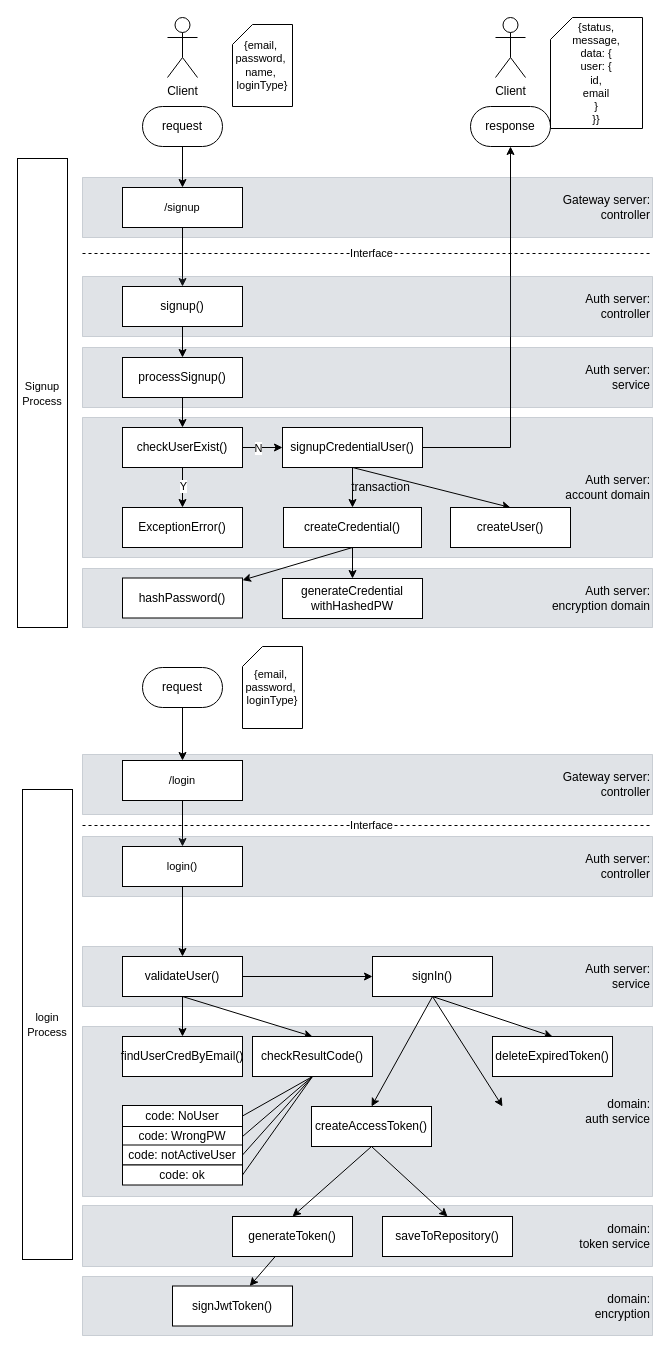
Earlier version of the draw.io diagram page "signup" (4 of 5) of documents/diagram/diagram.drawio (thursdaycurry/nestjs-msa-eventEngine). Source tidied: cells renumbered, new cells numbered last; positions are measured from the earlier drawing's top-left corner, leaving out a move shared by most shapes. Both pictures are drawn from the tidied source at 100%, with x=0, y=0 at pixel (17, 17).
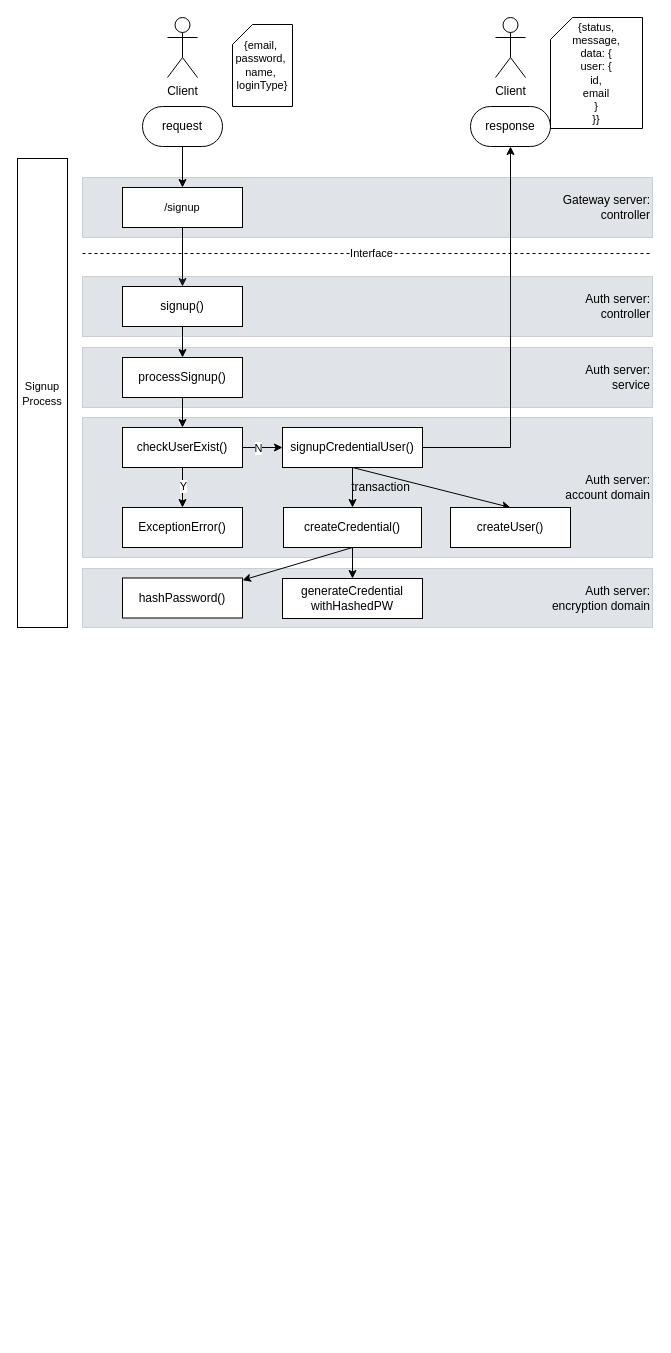
The same diagram, later.

Change to the diagram source:
```diff
@@
-    <mxCell id="2" value="&lt;div&gt;&lt;font color=&quot;#000000&quot;&gt;domain:&lt;/font&gt;&lt;/div&gt;&lt;div&gt;&lt;font color=&quot;#000000&quot;&gt;auth service&lt;/font&gt;&lt;/div&gt;" style="rounded=0;whiteSpace=wrap;html=1;fillColor=#647687;fontColor=#ffffff;strokeColor=#314354;opacity=20;align=right;" parent="1" vertex="1">
-      <mxGeometry x="65" y="1009" width="570" height="170" as="geometry" />
-    </mxCell>
@@
-    <mxCell id="30" value="&lt;font style=&quot;color: rgb(0, 0, 0);&quot;&gt;Gateway server:&lt;/font&gt;&lt;div&gt;&lt;font style=&quot;color: rgb(0, 0, 0);&quot;&gt;controller&lt;/font&gt;&lt;/div&gt;" style="rounded=0;whiteSpace=wrap;html=1;fillColor=#647687;fontColor=#ffffff;strokeColor=#314354;opacity=20;align=right;" parent="1" vertex="1">
-      <mxGeometry x="65" y="737" width="570" height="60" as="geometry" />
-    </mxCell>
-    <mxCell id="31" value="&lt;div&gt;&lt;font color=&quot;#000000&quot;&gt;Auth server:&lt;/font&gt;&lt;/div&gt;&lt;div&gt;&lt;font color=&quot;#000000&quot;&gt;service&lt;/font&gt;&lt;/div&gt;" style="rounded=0;whiteSpace=wrap;html=1;fillColor=#647687;fontColor=#ffffff;strokeColor=#314354;opacity=20;align=right;" parent="1" vertex="1">
-      <mxGeometry x="65" y="929" width="570" height="60" as="geometry" />
-    </mxCell>
-    <mxCell id="32" value="&lt;div&gt;&lt;font color=&quot;#000000&quot;&gt;domain:&lt;/font&gt;&lt;/div&gt;&lt;div&gt;&lt;font color=&quot;#000000&quot;&gt;encryption&lt;/font&gt;&lt;/div&gt;" style="rounded=0;whiteSpace=wrap;html=1;fillColor=#647687;fontColor=#ffffff;strokeColor=#314354;opacity=20;align=right;" parent="1" vertex="1">
-      <mxGeometry x="65" y="1259" width="570" height="59" as="geometry" />
-    </mxCell>
-    <mxCell id="33" value="&lt;span style=&quot;font-size: 11px; text-wrap-mode: nowrap; background-color: rgb(255, 255, 255);&quot;&gt;login&lt;/span&gt;&lt;br&gt;&lt;div&gt;&lt;span style=&quot;font-size: 11px; text-wrap-mode: nowrap; background-color: rgb(255, 255, 255);&quot;&gt;Process&lt;/span&gt;&lt;/div&gt;" style="rounded=0;whiteSpace=wrap;html=1;" parent="1" vertex="1">
-      <mxGeometry x="5" y="772" width="50" height="470" as="geometry" />
-    </mxCell>
-    <mxCell id="34" style="edgeStyle=orthogonalEdgeStyle;rounded=0;jettySize=auto;html=1;exitX=0.5;exitY=1;exitDx=0;exitDy=0;" parent="1" edge="1" source="35" target="80">
-      <mxGeometry relative="1" as="geometry" />
-    </mxCell>
-    <mxCell id="35" value="&lt;span style=&quot;font-size: 11px; text-wrap-mode: nowrap; background-color: rgb(255, 255, 255);&quot;&gt;/login&lt;/span&gt;" style="rounded=0;whiteSpace=wrap;html=1;" parent="1" vertex="1">
-      <mxGeometry x="105" y="743" width="120" height="40" as="geometry" />
-    </mxCell>
-    <mxCell id="36" style="edgeStyle=none;rounded=0;jettySize=auto;html=1;exitX=0.5;exitY=1;exitDx=0;exitDy=0;entryX=0.5;entryY=0;entryDx=0;entryDy=0;" parent="1" edge="1" source="39" target="40">
-      <mxGeometry relative="1" as="geometry" />
-    </mxCell>
-    <mxCell id="37" style="edgeStyle=none;rounded=0;jettySize=auto;html=1;exitX=0.5;exitY=1;exitDx=0;exitDy=0;entryX=0.5;entryY=0;entryDx=0;entryDy=0;" parent="1" edge="1" source="39" target="47">
-      <mxGeometry relative="1" as="geometry" />
-    </mxCell>
-    <mxCell id="38" style="edgeStyle=none;rounded=0;jettySize=auto;html=1;exitX=1;exitY=0.5;exitDx=0;exitDy=0;" parent="1" edge="1" source="39" target="55">
-      <mxGeometry relative="1" as="geometry" />
-    </mxCell>
-    <mxCell id="39" value="validateUser()" style="rounded=0;whiteSpace=wrap;html=1;" parent="1" vertex="1">
-      <mxGeometry x="105" y="939" width="120" height="40" as="geometry" />
-    </mxCell>
-    <mxCell id="40" value="findUserCredByEmail()" style="rounded=0;whiteSpace=wrap;html=1;" parent="1" vertex="1">
-      <mxGeometry x="105" y="1019" width="120" height="40" as="geometry" />
-    </mxCell>
-    <mxCell id="41" style="endArrow=none;dashed=1;html=1;rounded=0;" parent="1" edge="1">
-      <mxGeometry relative="1" as="geometry">
-        <mxPoint x="65" y="808" as="sourcePoint" />
-        <mxPoint x="635" y="808" as="targetPoint" />
-      </mxGeometry>
-    </mxCell>
-    <mxCell id="42" value="Interface" style="edgeLabel;html=1;align=center;verticalAlign=middle;" parent="41" vertex="1">
-      <mxGeometry x="0.01" y="1" relative="1" as="geometry" />
-    </mxCell>
-    <mxCell id="43" style="edgeStyle=none;rounded=0;jettySize=auto;html=1;exitX=0.5;exitY=1;exitDx=0;exitDy=0;entryX=1;entryY=0.5;entryDx=0;entryDy=0;endArrow=none;startFill=0;" parent="1" edge="1" source="47" target="48">
-      <mxGeometry relative="1" as="geometry" />
-    </mxCell>
-    <mxCell id="44" style="edgeStyle=none;rounded=0;jettySize=auto;html=1;exitX=0.5;exitY=1;exitDx=0;exitDy=0;entryX=1;entryY=0.5;entryDx=0;entryDy=0;endArrow=none;startFill=0;" parent="1" edge="1" source="47" target="49">
-      <mxGeometry relative="1" as="geometry" />
-    </mxCell>
-    <mxCell id="45" style="edgeStyle=none;rounded=0;jettySize=auto;html=1;exitX=0.5;exitY=1;exitDx=0;exitDy=0;entryX=1;entryY=0.5;entryDx=0;entryDy=0;endArrow=none;startFill=0;" parent="1" edge="1" source="47" target="50">
-      <mxGeometry relative="1" as="geometry" />
-    </mxCell>
-    <mxCell id="46" style="edgeStyle=none;rounded=0;jettySize=auto;html=1;exitX=0.5;exitY=1;exitDx=0;exitDy=0;entryX=1;entryY=0.5;entryDx=0;entryDy=0;endArrow=none;startFill=0;" parent="1" edge="1" source="47" target="51">
-      <mxGeometry relative="1" as="geometry" />
-    </mxCell>
-    <mxCell id="47" value="checkResultCode()" style="rounded=0;whiteSpace=wrap;html=1;" parent="1" vertex="1">
-      <mxGeometry x="235" y="1019" width="120" height="40" as="geometry" />
-    </mxCell>
-    <mxCell id="48" value="code: NoUser" style="rounded=0;whiteSpace=wrap;html=1;" parent="1" vertex="1">
-      <mxGeometry x="105" y="1088" width="120" height="21" as="geometry" />
-    </mxCell>
-    <mxCell id="49" value="code: WrongPW" style="rounded=0;whiteSpace=wrap;html=1;" parent="1" vertex="1">
-      <mxGeometry x="105" y="1109" width="120" height="20" as="geometry" />
-    </mxCell>
-    <mxCell id="50" value="code: notActiveUser" style="rounded=0;whiteSpace=wrap;html=1;" parent="1" vertex="1">
-      <mxGeometry x="105" y="1127.5" width="120" height="20" as="geometry" />
-    </mxCell>
-    <mxCell id="51" value="code: ok" style="rounded=0;whiteSpace=wrap;html=1;" parent="1" vertex="1">
-      <mxGeometry x="105" y="1147.5" width="120" height="20" as="geometry" />
-    </mxCell>
-    <mxCell id="52" style="edgeStyle=none;rounded=0;jettySize=auto;html=1;exitX=0.5;exitY=1;exitDx=0;exitDy=0;entryX=0.5;entryY=0;entryDx=0;entryDy=0;" parent="1" edge="1" source="55" target="64">
-      <mxGeometry relative="1" as="geometry" />
-    </mxCell>
-    <mxCell id="53" style="edgeStyle=none;rounded=0;jettySize=auto;html=1;exitX=0.5;exitY=1;exitDx=0;exitDy=0;entryX=0.5;entryY=0;entryDx=0;entryDy=0;" parent="1" edge="1" source="55" target="59">
-      <mxGeometry relative="1" as="geometry" />
-    </mxCell>
-    <mxCell id="54" style="edgeStyle=none;rounded=0;jettySize=auto;html=1;exitX=0.5;exitY=1;exitDx=0;exitDy=0;entryX=0.5;entryY=0;entryDx=0;entryDy=0;" parent="1" edge="1" source="55">
-      <mxGeometry relative="1" as="geometry">
-        <mxPoint x="485" y="1089" as="targetPoint" />
-      </mxGeometry>
-    </mxCell>
-    <mxCell id="55" value="signIn()" style="rounded=0;whiteSpace=wrap;html=1;" parent="1" vertex="1">
-      <mxGeometry x="355" y="939" width="120" height="40" as="geometry" />
-    </mxCell>
-    <mxCell id="56" value="&lt;div&gt;&lt;font color=&quot;#000000&quot;&gt;domain:&lt;/font&gt;&lt;/div&gt;&lt;div&gt;&lt;font color=&quot;#000000&quot;&gt;token service&lt;/font&gt;&lt;/div&gt;" style="rounded=0;whiteSpace=wrap;html=1;fillColor=#647687;fontColor=#ffffff;strokeColor=#314354;opacity=20;align=right;" parent="1" vertex="1">
-      <mxGeometry x="65" y="1188" width="570" height="61" as="geometry" />
-    </mxCell>
-    <mxCell id="57" style="edgeStyle=none;rounded=0;jettySize=auto;html=1;exitX=0.5;exitY=1;exitDx=0;exitDy=0;entryX=0.5;entryY=0;entryDx=0;entryDy=0;" parent="1" edge="1" source="59" target="61">
-      <mxGeometry relative="1" as="geometry" />
-    </mxCell>
-    <mxCell id="58" style="edgeStyle=none;rounded=0;jettySize=auto;html=1;exitX=0.5;exitY=1;exitDx=0;exitDy=0;entryX=0.5;entryY=0;entryDx=0;entryDy=0;" parent="1" edge="1" source="59" target="63">
-      <mxGeometry relative="1" as="geometry" />
-    </mxCell>
-    <mxCell id="59" value="createAccessToken()" style="rounded=0;whiteSpace=wrap;html=1;" parent="1" vertex="1">
-      <mxGeometry x="294" y="1089" width="120" height="40" as="geometry" />
-    </mxCell>
-    <mxCell id="60" style="edgeStyle=none;rounded=0;jettySize=auto;html=1;" parent="1" edge="1" source="61" target="62">
-      <mxGeometry relative="1" as="geometry" />
-    </mxCell>
-    <mxCell id="61" value="generateToken()" style="rounded=0;whiteSpace=wrap;html=1;" parent="1" vertex="1">
-      <mxGeometry x="215" y="1199" width="120" height="40" as="geometry" />
-    </mxCell>
-    <mxCell id="62" value="signJwtToken()" style="rounded=0;whiteSpace=wrap;html=1;" parent="1" vertex="1">
-      <mxGeometry x="155" y="1268.5" width="120" height="40" as="geometry" />
-    </mxCell>
-    <mxCell id="63" value="&lt;div&gt;saveToRepository()&lt;/div&gt;" style="rounded=0;whiteSpace=wrap;html=1;" parent="1" vertex="1">
-      <mxGeometry x="365" y="1199" width="130" height="40" as="geometry" />
-    </mxCell>
-    <mxCell id="64" value="deleteExpiredToken()" style="rounded=0;whiteSpace=wrap;html=1;" parent="1" vertex="1">
-      <mxGeometry x="475" y="1019" width="120" height="40" as="geometry" />
-    </mxCell>
@@
-    <mxCell id="73" style="edgeStyle=orthogonalEdgeStyle;rounded=0;jettySize=auto;html=1;exitX=0.5;exitY=0.5;exitDx=0;exitDy=20;exitPerimeter=0;" parent="1" edge="1" source="74" target="35">
-      <mxGeometry relative="1" as="geometry" />
-    </mxCell>
-    <mxCell id="74" value="request" style="html=1;dashed=0;whiteSpace=wrap;shape=mxgraph.dfd.start;" parent="1" vertex="1">
-      <mxGeometry x="125" y="650" width="80" height="40" as="geometry" />
-    </mxCell>
-    <mxCell id="75" value="&lt;div style=&quot;color: rgb(0, 0, 0); text-wrap-mode: nowrap; font-size: 11px;&quot;&gt;{&lt;span style=&quot;background-color: transparent; color: light-dark(rgb(0, 0, 0), rgb(237, 237, 237));&quot;&gt;email,&amp;nbsp;&lt;/span&gt;&lt;/div&gt;&lt;div style=&quot;color: rgb(0, 0, 0); text-wrap-mode: nowrap; font-size: 11px;&quot;&gt;&lt;span style=&quot;color: light-dark(rgb(0, 0, 0), rgb(237, 237, 237)); background-color: transparent;&quot;&gt;password,&amp;nbsp;&lt;/span&gt;&lt;/div&gt;&lt;div style=&quot;color: rgb(0, 0, 0); text-wrap-mode: nowrap; font-size: 11px;&quot;&gt;&lt;span style=&quot;color: light-dark(rgb(0, 0, 0), rgb(237, 237, 237)); background-color: transparent;&quot;&gt;loginType&lt;/span&gt;&lt;span style=&quot;background-color: transparent; color: light-dark(rgb(0, 0, 0), rgb(237, 237, 237));&quot;&gt;}&lt;/span&gt;&lt;/div&gt;" style="shape=card;whiteSpace=wrap;html=1;align=center;size=20;" parent="1" vertex="1">
-      <mxGeometry x="225" y="629" width="60" height="82" as="geometry" />
-    </mxCell>
@@
-    <mxCell id="78" value="&lt;div&gt;&lt;font color=&quot;#000000&quot;&gt;Auth server:&lt;/font&gt;&lt;/div&gt;&lt;div&gt;&lt;font color=&quot;#000000&quot;&gt;controller&lt;/font&gt;&lt;/div&gt;" style="rounded=0;whiteSpace=wrap;html=1;fillColor=#647687;fontColor=#ffffff;strokeColor=#314354;opacity=20;align=right;" parent="1" vertex="1">
-      <mxGeometry x="65" y="819" width="570" height="60" as="geometry" />
-    </mxCell>
-    <mxCell id="79" style="edgeStyle=orthogonalEdgeStyle;rounded=0;jettySize=auto;html=1;exitX=0.5;exitY=1;exitDx=0;exitDy=0;" parent="1" edge="1" source="80" target="39">
-      <mxGeometry relative="1" as="geometry" />
-    </mxCell>
-    <mxCell id="80" value="&lt;span style=&quot;font-size: 11px; text-wrap-mode: nowrap; background-color: rgb(255, 255, 255);&quot;&gt;login()&lt;/span&gt;" style="rounded=0;whiteSpace=wrap;html=1;" parent="1" vertex="1">
-      <mxGeometry x="105" y="829" width="120" height="40" as="geometry" />
-    </mxCell>
```
